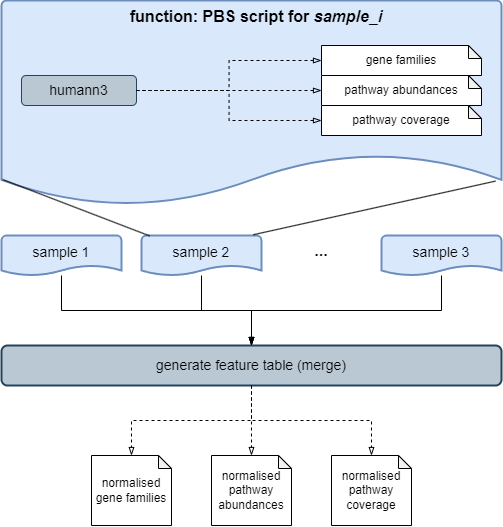
mrcbioinfo/mima-pipeline keeps this draw.io diagram as docs/assets/img/tutorials/no-singularity/tut_function_pipeline.png. Above is the earlier version. Source tidied: cells renumbered, new cells last; positions are measured from the earlier drawing's top-left corner, leaving out a move shared by most shapes.
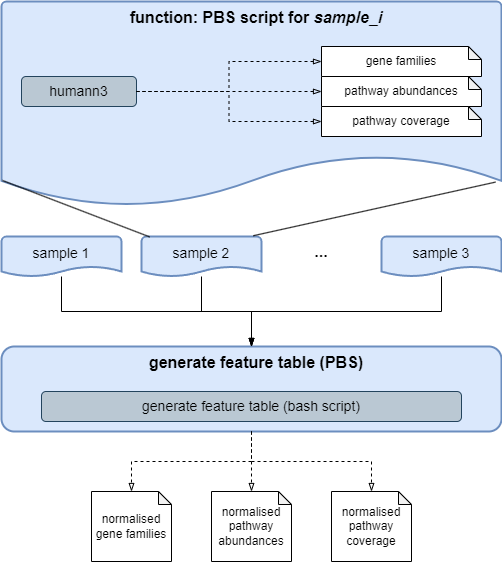
The same file after the commit.

Commit message:
update function module

Diff of the diagram source:
```diff
@@ -2,8 +2,8 @@
   <root>
     <mxCell id="0" />
     <mxCell id="1" parent="0" />
-    <mxCell id="2" value="generate feature table (merge)" style="rounded=1;whiteSpace=wrap;html=1;fontSize=14;fillColor=#bac8d3;strokeColor=#23445d;strokeWidth=2;verticalAlign=middle;gradientColor=none;" parent="1" vertex="1">
-      <mxGeometry y="345" width="500" height="40" as="geometry" />
+    <mxCell id="2" value="generate feature table (PBS)" style="rounded=1;whiteSpace=wrap;html=1;fontSize=16;fillColor=#dae8fc;strokeColor=#6c8ebf;strokeWidth=2;verticalAlign=top;gradientColor=none;fontStyle=1;spacingLeft=10;" parent="1" vertex="1">
+      <mxGeometry y="345" width="500" height="85" as="geometry" />
     </mxCell>
     <mxCell id="3" value="function: PBS script for &lt;i&gt;sample_i&lt;/i&gt;" style="strokeWidth=2;html=1;shape=mxgraph.flowchart.document2;whiteSpace=wrap;size=0.25;fillColor=#dae8fc;fontColor=default;strokeColor=#6c8ebf;align=center;verticalAlign=top;fontStyle=1;fontSize=16;spacingLeft=10;rounded=1;" parent="1" vertex="1">
       <mxGeometry width="500" height="205" as="geometry" />
@@ -57,13 +57,13 @@
       <mxGeometry relative="1" as="geometry" />
     </mxCell>
     <mxCell id="20" value="normalised gene families" style="shape=note;whiteSpace=wrap;html=1;backgroundOutline=1;darkOpacity=0.05;fontFamily=Helvetica;fontSize=12;fontColor=rgb(0, 0, 0);align=center;strokeColor=rgb(0, 0, 0);strokeWidth=1;fillColor=rgb(255, 255, 255);size=13;" parent="1" vertex="1">
-      <mxGeometry x="90" y="455" width="80" height="70" as="geometry" />
+      <mxGeometry x="90" y="490" width="80" height="70" as="geometry" />
     </mxCell>
     <mxCell id="21" value="normalised pathway abundances" style="shape=note;whiteSpace=wrap;html=1;backgroundOutline=1;darkOpacity=0.05;fontFamily=Helvetica;fontSize=12;fontColor=rgb(0, 0, 0);align=center;strokeColor=rgb(0, 0, 0);strokeWidth=1;fillColor=rgb(255, 255, 255);size=13;" parent="1" vertex="1">
-      <mxGeometry x="210" y="455" width="80" height="70" as="geometry" />
+      <mxGeometry x="210" y="490" width="80" height="70" as="geometry" />
     </mxCell>
     <mxCell id="22" value="normalised pathway coverage" style="shape=note;whiteSpace=wrap;html=1;backgroundOutline=1;darkOpacity=0.05;fontFamily=Helvetica;fontSize=12;fontColor=rgb(0, 0, 0);align=center;strokeColor=rgb(0, 0, 0);strokeWidth=1;fillColor=rgb(255, 255, 255);size=13;" parent="1" vertex="1">
-      <mxGeometry x="330" y="455" width="80" height="70" as="geometry" />
+      <mxGeometry x="330" y="490" width="80" height="70" as="geometry" />
     </mxCell>
     <mxCell id="23" value="&lt;b&gt;...&lt;/b&gt;" style="text;html=1;strokeColor=none;fillColor=none;align=center;verticalAlign=middle;whiteSpace=wrap;rounded=0;fontSize=16;" parent="1" vertex="1">
       <mxGeometry x="290" y="235" width="60" height="30" as="geometry" />
@@ -77,5 +77,8 @@
     <mxCell id="26" style="edgeStyle=orthogonalEdgeStyle;rounded=0;jettySize=auto;html=1;dashed=1;fontSize=16;endArrow=blockThin;endFill=0;" parent="1" edge="1" source="2" target="22">
       <mxGeometry relative="1" as="geometry" />
     </mxCell>
+    <mxCell id="27" value="generate feature table (bash script)" style="rounded=1;whiteSpace=wrap;html=1;fontSize=14;fillColor=#bac8d3;strokeColor=#23445d;strokeWidth=1;verticalAlign=middle;gradientColor=none;" parent="1" vertex="1">
+      <mxGeometry x="40" y="390" width="420" height="30" as="geometry" />
+    </mxCell>
   </root>
 </mxGraphModel>
```
